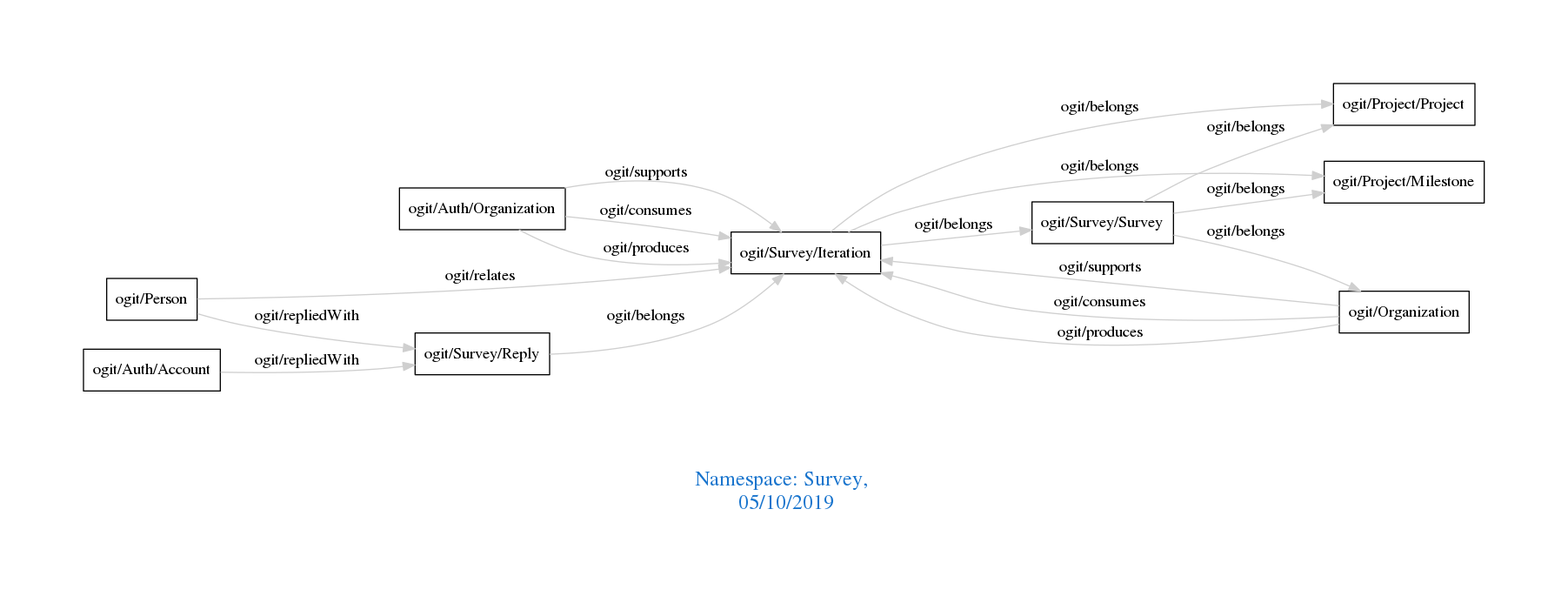
The Graphviz diagram downloads/Survey.png in arago/OGIT, before a commit. Its source is kept beside it as downloads/Survey.dot.
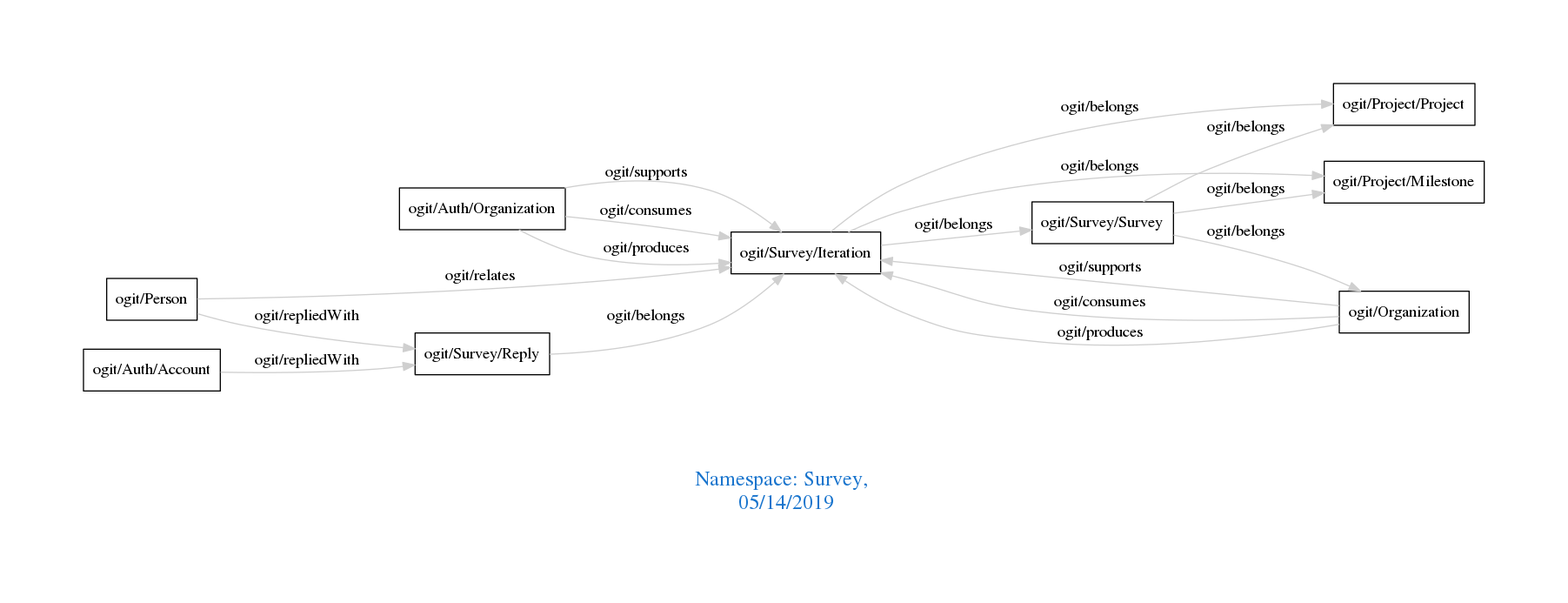
After the change.

The edit, as a diff of the source:
```diff
@@ -1,7 +1,7 @@
 digraph OGIT_ontology {
  graph [ rankdir= LR,pad=1
 fontsize = 18,
-fontcolor= dodgerblue3,label = "\n\n\nNamespace: Survey, \n 05/10/2019"];
+fontcolor= dodgerblue3,label = "\n\n\nNamespace: Survey, \n 05/14/2019"];
 node[shape=polygon];
 edge [  color="gray81"];
 
```
